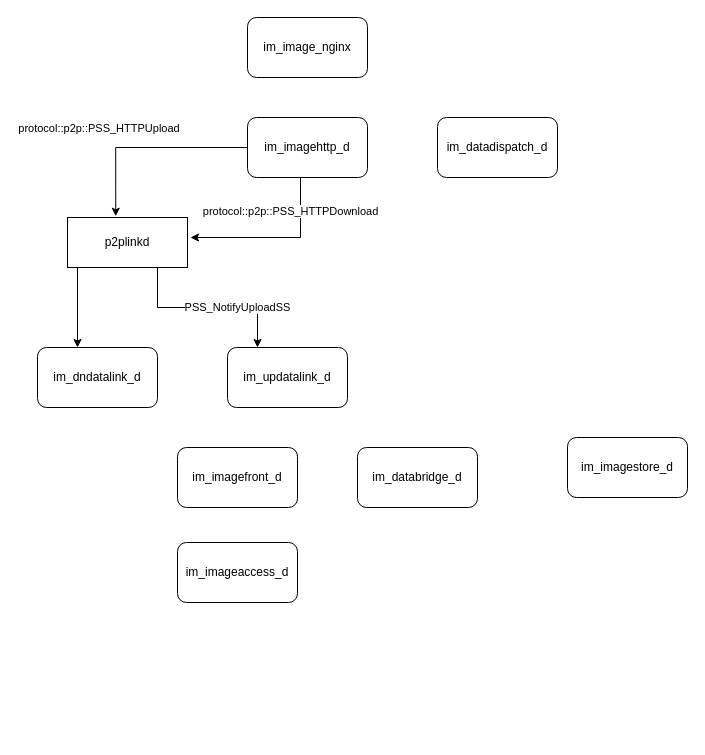
Above: 截图.drawio in zouzc/datagrams (draw.io), before the change. Source tidied: cells renumbered, new cells numbered last; positions are measured from the earlier drawing's top-left corner, leaving out a move shared by most shapes. Both pictures are drawn from the tidied source at 100%, with x=0, y=0 at pixel (37, 17).
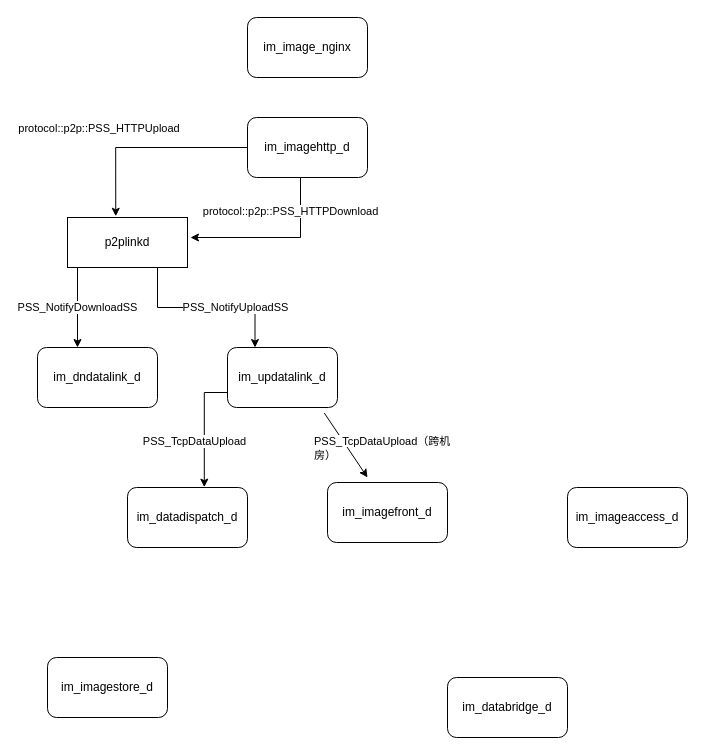
After the change.

The change refers to these unchanged cells:
```xml
<mxCell id="16" value="&lt;span style=&quot;font-size: 12px;&quot;&gt;p2plinkd&lt;/span&gt;" style="rounded=0;whiteSpace=wrap;html=1;" parent="1" vertex="1">
  <mxGeometry x="30" y="200" width="120" height="50" as="geometry" />
</mxCell>
```

Diff of the diagram source:
```diff
@@
     <mxCell id="7" value="im_datadispatch_d" style="rounded=1;whiteSpace=wrap;html=1;" parent="1" vertex="1">
-      <mxGeometry x="400" y="100" width="120" height="60" as="geometry" />
+      <mxGeometry x="90" y="470" width="120" height="60" as="geometry" />
     </mxCell>
@@
+    <mxCell id="17" value="PSS_TcpDataUpload" style="edgeStyle=orthogonalEdgeStyle;rounded=0;jettySize=auto;html=1;exitX=0;exitY=0.75;exitDx=0;exitDy=0;entryX=0.64;entryY=-0.006;entryDx=0;entryDy=0;entryPerimeter=0;" parent="1" edge="1" source="9" target="7">
+      <mxGeometry x="0.22" y="-10" relative="1" as="geometry" />
+    </mxCell>
     <mxCell id="9" value="im_updatalink_d" style="rounded=1;whiteSpace=wrap;html=1;" parent="1" vertex="1">
-      <mxGeometry x="190" y="330" width="120" height="60" as="geometry" />
+      <mxGeometry x="190" y="330" width="110" height="60" as="geometry" />
     </mxCell>
     <mxCell id="10" value="im_imagefront_d" style="rounded=1;whiteSpace=wrap;html=1;" parent="1" vertex="1">
-      <mxGeometry x="140" y="430" width="120" height="60" as="geometry" />
+      <mxGeometry x="290" y="465" width="120" height="60" as="geometry" />
     </mxCell>
     <mxCell id="11" value="im_imageaccess_d" style="rounded=1;whiteSpace=wrap;html=1;" parent="1" vertex="1">
-      <mxGeometry x="140" y="525" width="120" height="60" as="geometry" />
+      <mxGeometry x="530" y="470" width="120" height="60" as="geometry" />
     </mxCell>
     <mxCell id="12" value="im_databridge_d" style="rounded=1;whiteSpace=wrap;html=1;" parent="1" vertex="1">
-      <mxGeometry x="320" y="430" width="120" height="60" as="geometry" />
+      <mxGeometry x="410" y="660" width="120" height="60" as="geometry" />
     </mxCell>
     <mxCell id="13" value="im_imagestore_d" style="rounded=1;whiteSpace=wrap;html=1;" parent="1" vertex="1">
-      <mxGeometry x="530" y="420" width="120" height="60" as="geometry" />
+      <mxGeometry x="10" y="640" width="120" height="60" as="geometry" />
     </mxCell>
-    <mxCell id="14" style="edgeStyle=orthogonalEdgeStyle;rounded=0;jettySize=auto;html=1;" parent="1" edge="1" source="16">
+    <mxCell id="14" value="PSS_NotifyDownloadSS" style="edgeStyle=orthogonalEdgeStyle;rounded=0;jettySize=auto;html=1;" parent="1" edge="1" source="16">
       <mxGeometry relative="1" as="geometry">
         <mxPoint x="40" y="330" as="targetPoint" />
         <Array as="points">
           <mxPoint x="40" y="330" />
         </Array>
       </mxGeometry>
     </mxCell>
@@
+    <mxCell id="18" style="endArrow=classic;html=1;rounded=0;exitX=0.88;exitY=1.092;exitDx=0;exitDy=0;exitPerimeter=0;" parent="1" edge="1" source="9">
+      <mxGeometry relative="1" as="geometry">
+        <mxPoint x="330" y="460" as="targetPoint" />
+      </mxGeometry>
+    </mxCell>
+    <mxCell id="19" value="&lt;span style=&quot;color: rgb(0, 0, 0); font-family: Helvetica; font-size: 11px; font-style: normal; font-variant-ligatures: normal; font-variant-caps: normal; font-weight: 400; letter-spacing: normal; orphans: 2; text-align: center; text-indent: 0px; text-transform: none; widows: 2; word-spacing: 0px; -webkit-text-stroke-width: 0px; background-color: rgb(255, 255, 255); text-decoration-thickness: initial; text-decoration-style: initial; text-decoration-color: initial; float: none; display: inline !important;&quot;&gt;PSS_TcpDataUpload（跨机房）&lt;/span&gt;" style="text;whiteSpace=wrap;html=1;" parent="1" vertex="1">
+      <mxGeometry x="275" y="410" width="150" height="40" as="geometry" />
+    </mxCell>
```
